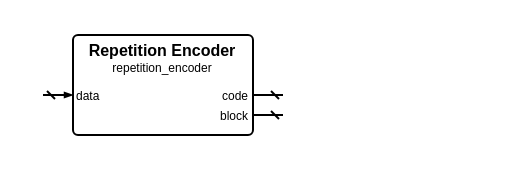
Earlier version of the draw.io diagram sources/error_control/repetition/repetition_encoder.symbol.drawio (Louis-DR/OmniCores-BuildingBlocks). Source tidied: cells renumbered, new cells numbered last; positions are measured from the earlier drawing's top-left corner, leaving out a move shared by most shapes. Both pictures are drawn from the tidied source at 200%, with x=0, y=0 at pixel (42, 34).
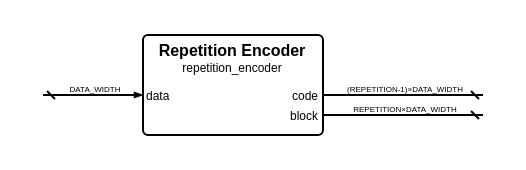
The same diagram, later.

Change to the diagram source:
```diff
@@
 <mxGraphModel>
   <root>
     <mxCell id="0" />
     <mxCell id="1" parent="0" />
     <mxCell id="2" style="group;" parent="1" vertex="1">
-      <mxGeometry width="120" height="50" as="geometry" />
+      <mxGeometry width="220" height="50" as="geometry" />
     </mxCell>
     <mxCell id="3" style="rounded=1;arcSize=5;fillColor=none;strokeWidth=1;strokeColor=black;whiteSpace=wrap;html=1;" parent="2" vertex="1">
-      <mxGeometry x="15" width="90" height="50" as="geometry" />
+      <mxGeometry x="50" width="90" height="50" as="geometry" />
     </mxCell>
     <mxCell id="4" value="Repetition Encoder" style="text;html=1;align=center;verticalAlign=middle;whiteSpace=wrap;rounded=0;fontSize=8;fontStyle=1;fontColor=black;" parent="2" vertex="1">
-      <mxGeometry x="15" y="7" width="90" as="geometry" />
+      <mxGeometry x="50" y="7" width="90" as="geometry" />
     </mxCell>
     <mxCell id="5" value="repetition_encoder" style="text;html=1;align=center;verticalAlign=middle;whiteSpace=wrap;rounded=0;fontSize=6;fontStyle=0;fontColor=black;" parent="2" vertex="1">
-      <mxGeometry x="15" y="16" width="90" as="geometry" />
+      <mxGeometry x="50" y="16" width="90" as="geometry" />
     </mxCell>
     <mxCell id="6" value="data" style="text;html=1;align=left;verticalAlign=middle;whiteSpace=wrap;rounded=0;fontSize=6;fontStyle=0;fontColor=black;" parent="2" vertex="1">
-      <mxGeometry x="15" y="30" width="90" as="geometry" />
+      <mxGeometry x="50" y="30" width="90" as="geometry" />
     </mxCell>
     <mxCell id="7" style="html=1;rounded=1;strokeWidth=1;strokeColor=black;startFill=0;startSize=2;startArrow=dash;endFill=1;endSize=2;endArrow=blockThin;sourcePerimeterSpacing=0;" parent="2" edge="1">
       <mxGeometry relative="1" as="geometry">
         <mxPoint y="30" as="sourcePoint" />
-        <mxPoint x="15" y="30" as="targetPoint" />
+        <mxPoint x="50" y="30" as="targetPoint" />
       </mxGeometry>
     </mxCell>
+    <mxCell id="12" value="DATA_WIDTH" style="text;html=1;align=center;verticalAlign=middle;whiteSpace=nowrap;rounded=0;fontSize=4;fontStyle=0;fontColor=black;" parent="2" vertex="1">
+      <mxGeometry x="25" y="27" as="geometry" />
+    </mxCell>
     <mxCell id="8" value="code" style="text;html=1;align=right;verticalAlign=middle;whiteSpace=wrap;rounded=0;fontSize=6;fontStyle=0;fontColor=black;" parent="2" vertex="1">
-      <mxGeometry x="15" y="30" width="90" as="geometry" />
+      <mxGeometry x="50" y="30" width="90" as="geometry" />
     </mxCell>
     <mxCell id="9" style="html=1;rounded=1;strokeWidth=1;strokeColor=black;startFill=0;startSize=2;startArrow=dash;endFill=1;endSize=2;endArrow=none;sourcePerimeterSpacing=0;" parent="2" edge="1">
       <mxGeometry relative="1" as="geometry">
-        <mxPoint x="120" y="30" as="sourcePoint" />
-        <mxPoint x="105" y="30" as="targetPoint" />
+        <mxPoint x="220" y="30" as="sourcePoint" />
+        <mxPoint x="140" y="30" as="targetPoint" />
       </mxGeometry>
     </mxCell>
+    <mxCell id="13" value="(REPETITION-1)×DATA_WIDTH" style="text;html=1;align=center;verticalAlign=middle;whiteSpace=nowrap;rounded=0;fontSize=4;fontStyle=0;fontColor=black;" parent="2" vertex="1">
+      <mxGeometry x="180" y="27" as="geometry" />
+    </mxCell>
     <mxCell id="10" value="block" style="text;html=1;align=right;verticalAlign=middle;whiteSpace=wrap;rounded=0;fontSize=6;fontStyle=0;fontColor=black;" parent="2" vertex="1">
-      <mxGeometry x="15" y="40" width="90" as="geometry" />
+      <mxGeometry x="50" y="40" width="90" as="geometry" />
     </mxCell>
     <mxCell id="11" style="html=1;rounded=1;strokeWidth=1;strokeColor=black;startFill=0;startSize=2;startArrow=dash;endFill=1;endSize=2;endArrow=none;sourcePerimeterSpacing=0;" parent="2" edge="1">
       <mxGeometry relative="1" as="geometry">
-        <mxPoint x="120" y="40" as="sourcePoint" />
-        <mxPoint x="105" y="40" as="targetPoint" />
+        <mxPoint x="220" y="40" as="sourcePoint" />
+        <mxPoint x="140" y="40" as="targetPoint" />
       </mxGeometry>
     </mxCell>
+    <mxCell id="14" value="REPETITION×DATA_WIDTH" style="text;html=1;align=center;verticalAlign=middle;whiteSpace=nowrap;rounded=0;fontSize=4;fontStyle=0;fontColor=black;" parent="2" vertex="1">
+      <mxGeometry x="180" y="37" as="geometry" />
+    </mxCell>
   </root>
 </mxGraphModel>
```
